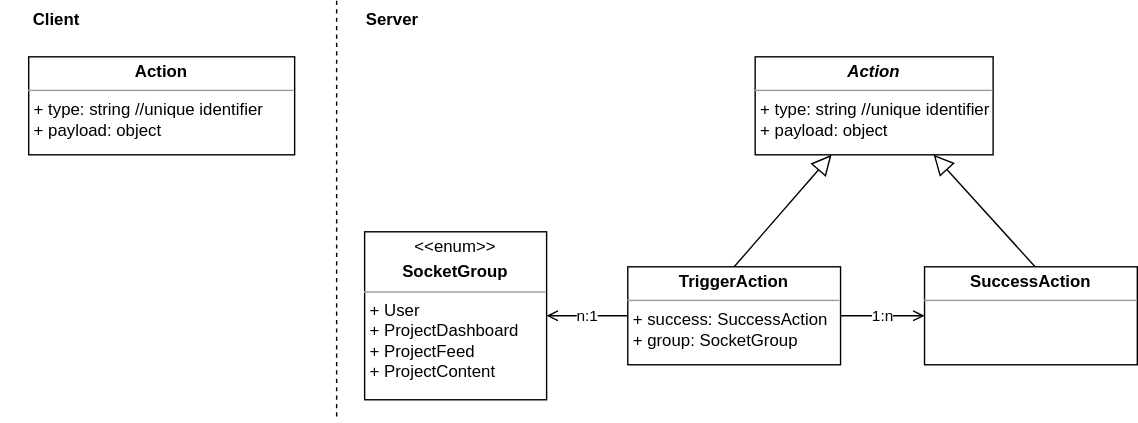
Earlier version of the draw.io export draw-io-files/y-redux-socket-actions.svg (RStolzlechner/bachelor-y-redux-socket). Source tidied: cells renumbered, new cells last; positions are measured from the earlier drawing's top-left corner, leaving out a move shared by most shapes.
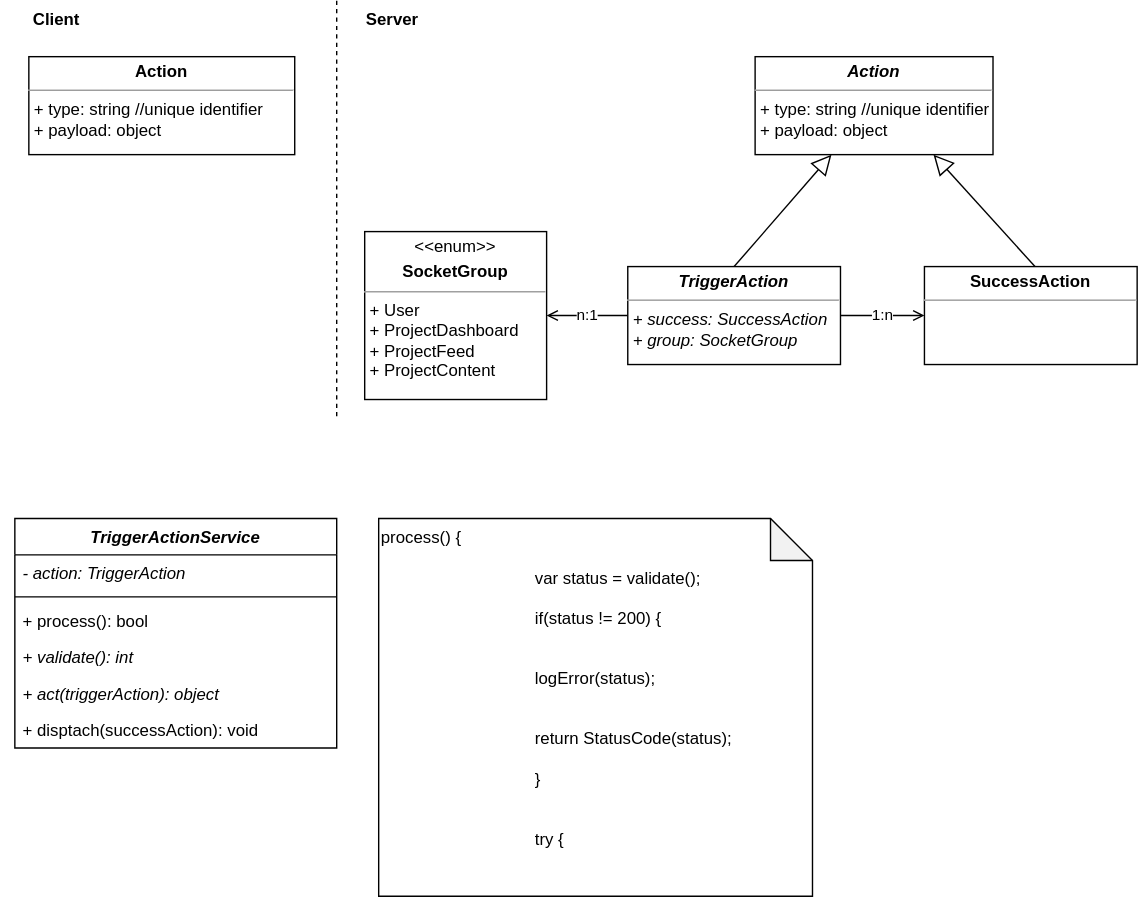
The same diagram one commit later.

What changed in the source:
```diff
@@ -16,7 +16,7 @@
         <mxPoint x="660" y="225" as="targetPoint" />
       </mxGeometry>
     </mxCell>
-    <mxCell id="6" value="&lt;p style=&quot;margin:0px;margin-top:4px;text-align:center;&quot;&gt;&lt;b&gt;TriggerAction&lt;/b&gt;&lt;/p&gt;&lt;hr size=&quot;1&quot;&gt;&lt;p style=&quot;margin:0px;margin-left:4px;&quot;&gt;+ success: SuccessAction&lt;br&gt;+ group: SocketGroup&amp;nbsp;&lt;/p&gt;" style="verticalAlign=top;align=left;overflow=fill;fontSize=12;fontFamily=Helvetica;html=1;" parent="1" vertex="1">
+    <mxCell id="6" value="&lt;p style=&quot;margin:0px;margin-top:4px;text-align:center;&quot;&gt;&lt;b&gt;&lt;i&gt;TriggerAction&lt;/i&gt;&lt;/b&gt;&lt;/p&gt;&lt;hr size=&quot;1&quot;&gt;&lt;p style=&quot;margin:0px;margin-left:4px;&quot;&gt;&lt;i&gt;+ success: SuccessAction&lt;/i&gt;&lt;br&gt;&lt;i&gt;+ group: SocketGroup&lt;/i&gt;&amp;nbsp;&lt;/p&gt;&lt;p style=&quot;margin:0px;margin-left:4px;&quot;&gt;&lt;br&gt;&lt;/p&gt;" style="verticalAlign=top;align=left;overflow=fill;fontSize=12;fontFamily=Helvetica;html=1;" parent="1" vertex="1">
       <mxGeometry x="448" y="190" width="152" height="70" as="geometry" />
     </mxCell>
     <mxCell id="7" value="&lt;p style=&quot;margin:0px;margin-top:4px;text-align:center;&quot;&gt;&amp;lt;&amp;lt;enum&amp;gt;&amp;gt;&lt;/p&gt;&lt;p style=&quot;margin:0px;margin-top:4px;text-align:center;&quot;&gt;&lt;b&gt;SocketGroup&lt;/b&gt;&lt;/p&gt;&lt;hr size=&quot;1&quot;&gt;&lt;p style=&quot;margin:0px;margin-left:4px;&quot;&gt;+ User&lt;/p&gt;&lt;p style=&quot;margin:0px;margin-left:4px;&quot;&gt;+ ProjectDashboard&lt;br&gt;+ ProjectFeed&lt;br&gt;+ ProjectContent&amp;nbsp;&lt;/p&gt;" style="verticalAlign=top;align=left;overflow=fill;fontSize=12;fontFamily=Helvetica;html=1;" parent="1" vertex="1">
@@ -45,5 +45,29 @@
     <mxCell id="13" value="&lt;p style=&quot;margin:0px;margin-top:4px;text-align:center;&quot;&gt;&lt;b&gt;SuccessAction&lt;/b&gt;&lt;/p&gt;&lt;hr size=&quot;1&quot;&gt;&lt;p style=&quot;margin:0px;margin-left:4px;&quot;&gt;&lt;br&gt;&lt;/p&gt;" style="verticalAlign=top;align=left;overflow=fill;fontSize=12;fontFamily=Helvetica;html=1;" parent="1" vertex="1">
       <mxGeometry x="660" y="190" width="152" height="70" as="geometry" />
     </mxCell>
+    <mxCell id="14" value="TriggerActionService" style="swimlane;fontStyle=3;align=center;verticalAlign=top;horizontal=1;startSize=26;" parent="1" vertex="1">
+      <mxGeometry x="10" y="370" width="230" height="164" as="geometry" />
+    </mxCell>
+    <mxCell id="15" value="- action: TriggerAction" style="text;strokeColor=none;fillColor=none;align=left;verticalAlign=top;spacingLeft=4;spacingRight=4;overflow=hidden;fontStyle=2;" parent="14" vertex="1">
+      <mxGeometry y="26" width="230" height="26" as="geometry" />
+    </mxCell>
+    <mxCell id="16" style="line;strokeWidth=1;fillColor=none;align=left;verticalAlign=middle;spacingTop=-1;spacingLeft=3;spacingRight=3;labelPosition=right;strokeColor=inherit;" parent="14" vertex="1">
+      <mxGeometry y="52" width="230" height="8" as="geometry" />
+    </mxCell>
+    <mxCell id="17" value="+ process(): bool" style="text;strokeColor=none;fillColor=none;align=left;verticalAlign=top;spacingLeft=4;spacingRight=4;overflow=hidden;fontStyle=0;" parent="14" vertex="1">
+      <mxGeometry y="60" width="230" height="26" as="geometry" />
+    </mxCell>
+    <mxCell id="18" value="+ validate(): int" style="text;strokeColor=none;fillColor=none;align=left;verticalAlign=top;spacingLeft=4;spacingRight=4;overflow=hidden;fontStyle=2;" parent="14" vertex="1">
+      <mxGeometry y="86" width="230" height="26" as="geometry" />
+    </mxCell>
+    <mxCell id="19" value="+ act(triggerAction): object" style="text;strokeColor=none;fillColor=none;align=left;verticalAlign=top;spacingLeft=4;spacingRight=4;overflow=hidden;fontStyle=2;" parent="14" vertex="1">
+      <mxGeometry y="112" width="230" height="26" as="geometry" />
+    </mxCell>
+    <mxCell id="20" value="+ disptach(successAction): void" style="text;strokeColor=none;fillColor=none;align=left;verticalAlign=top;spacingLeft=4;spacingRight=4;overflow=hidden;fontStyle=0;" parent="14" vertex="1">
+      <mxGeometry y="138" width="230" height="26" as="geometry" />
+    </mxCell>
+    <mxCell id="21" value="process() {&lt;br&gt;&lt;span style=&quot;white-space: pre;&quot;&gt;&#9;&lt;/span&gt;var status = validate();&lt;br&gt;&lt;span style=&quot;white-space: pre;&quot;&gt;&#9;&lt;/span&gt;if(status != 200) {&lt;br&gt;&lt;span style=&quot;white-space: pre;&quot;&gt;&#9;&lt;/span&gt;&lt;span style=&quot;white-space: pre;&quot;&gt;&#9;&lt;/span&gt;logError(status);&lt;br&gt;&lt;span style=&quot;white-space: pre;&quot;&gt;&#9;&lt;/span&gt;&lt;span style=&quot;white-space: pre;&quot;&gt;&#9;&lt;/span&gt;return StatusCode(status);&lt;br&gt;&lt;span style=&quot;white-space: pre;&quot;&gt;&#9;&lt;/span&gt;}&lt;br&gt;&lt;br&gt;&lt;span style=&quot;white-space: pre;&quot;&gt;&#9;&lt;/span&gt;try {&lt;br&gt;&lt;span style=&quot;white-space: pre;&quot;&gt;&#9;&lt;span style=&quot;white-space: pre;&quot;&gt;&#9;&lt;/span&gt;va&lt;/span&gt;r payload = act(this.action);&lt;br&gt;&lt;span style=&quot;white-space: pre;&quot;&gt;&#9;&lt;/span&gt;&lt;span style=&quot;white-space: pre;&quot;&gt;&#9;&lt;/span&gt;this.action.success.payload = payload;&lt;br&gt;&lt;span style=&quot;white-space: pre;&quot;&gt;&#9;&lt;/span&gt;&lt;span style=&quot;white-space: pre;&quot;&gt;&#9;&lt;/span&gt;disptach(this.action.group, this.action.success);&lt;br&gt;&lt;span style=&quot;white-space: pre;&quot;&gt;&#9;&lt;/span&gt;&lt;span style=&quot;white-space: pre;&quot;&gt;&#9;&lt;/span&gt;return Ok(successAction.payload);&lt;br&gt;&lt;span style=&quot;white-space: pre;&quot;&gt;&#9;&lt;/span&gt;}&lt;br&gt;&lt;span style=&quot;white-space: pre;&quot;&gt;&#9;&lt;/span&gt;catch(e) {&lt;br&gt;&lt;span style=&quot;white-space: pre;&quot;&gt;&#9;&lt;/span&gt;&lt;span style=&quot;white-space: pre;&quot;&gt;&#9;&lt;/span&gt;logError(e);&lt;br&gt;&lt;span style=&quot;white-space: pre;&quot;&gt;&#9;&lt;/span&gt;&lt;span style=&quot;white-space: pre;&quot;&gt;&#9;&lt;/span&gt;return StatusCode(500);&lt;br&gt;&lt;span style=&quot;white-space: pre;&quot;&gt;&#9;&lt;/span&gt;}&lt;br&gt;}" style="shape=note;whiteSpace=wrap;html=1;backgroundOutline=1;darkOpacity=0.05;align=left;verticalAlign=top;" parent="1" vertex="1">
+      <mxGeometry x="270" y="370" width="310" height="270" as="geometry" />
+    </mxCell>
   </root>
 </mxGraphModel>
```
